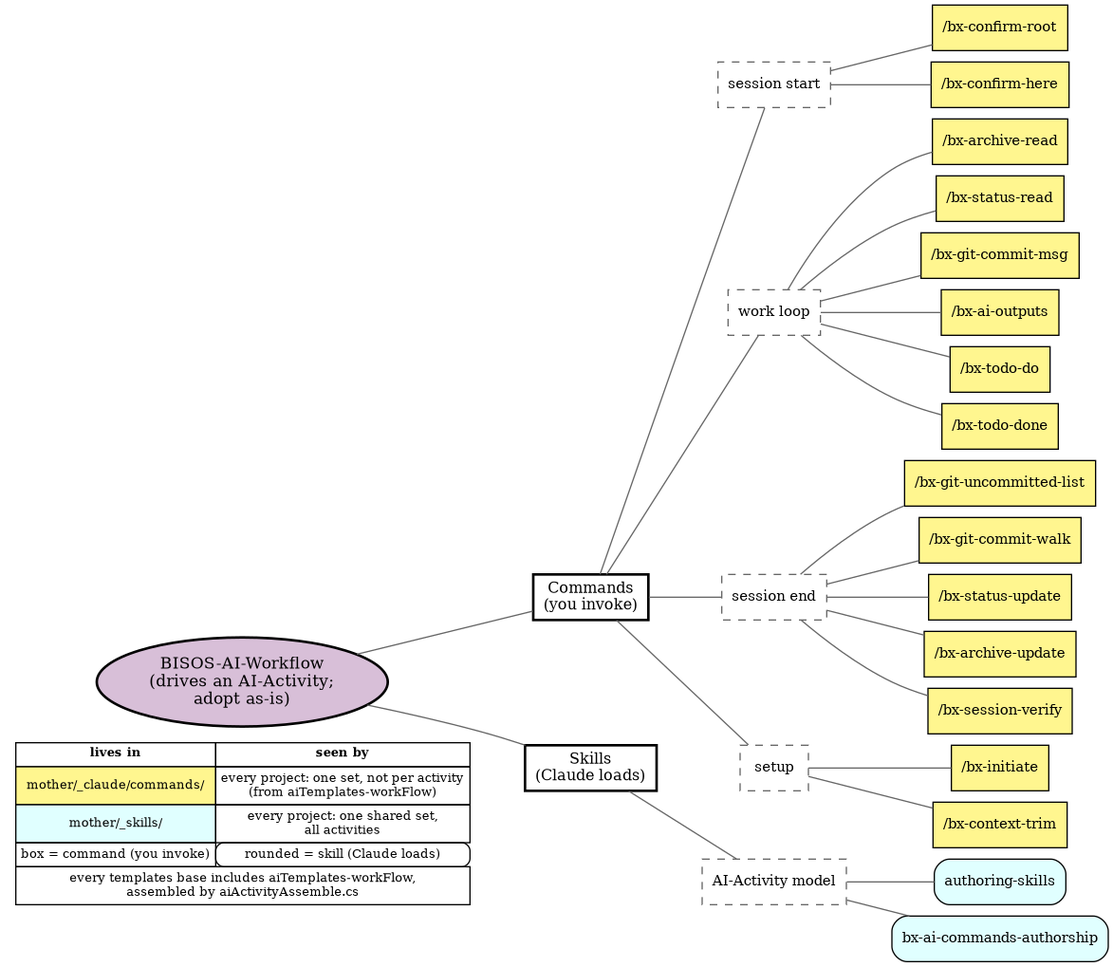
bisos-pip/aiActivity keeps this Graphviz diagram as py3/images/aiGeneralTree.png. Above is the earlier version. Its source is kept beside it as py3/images/aiGeneralTree.gv.
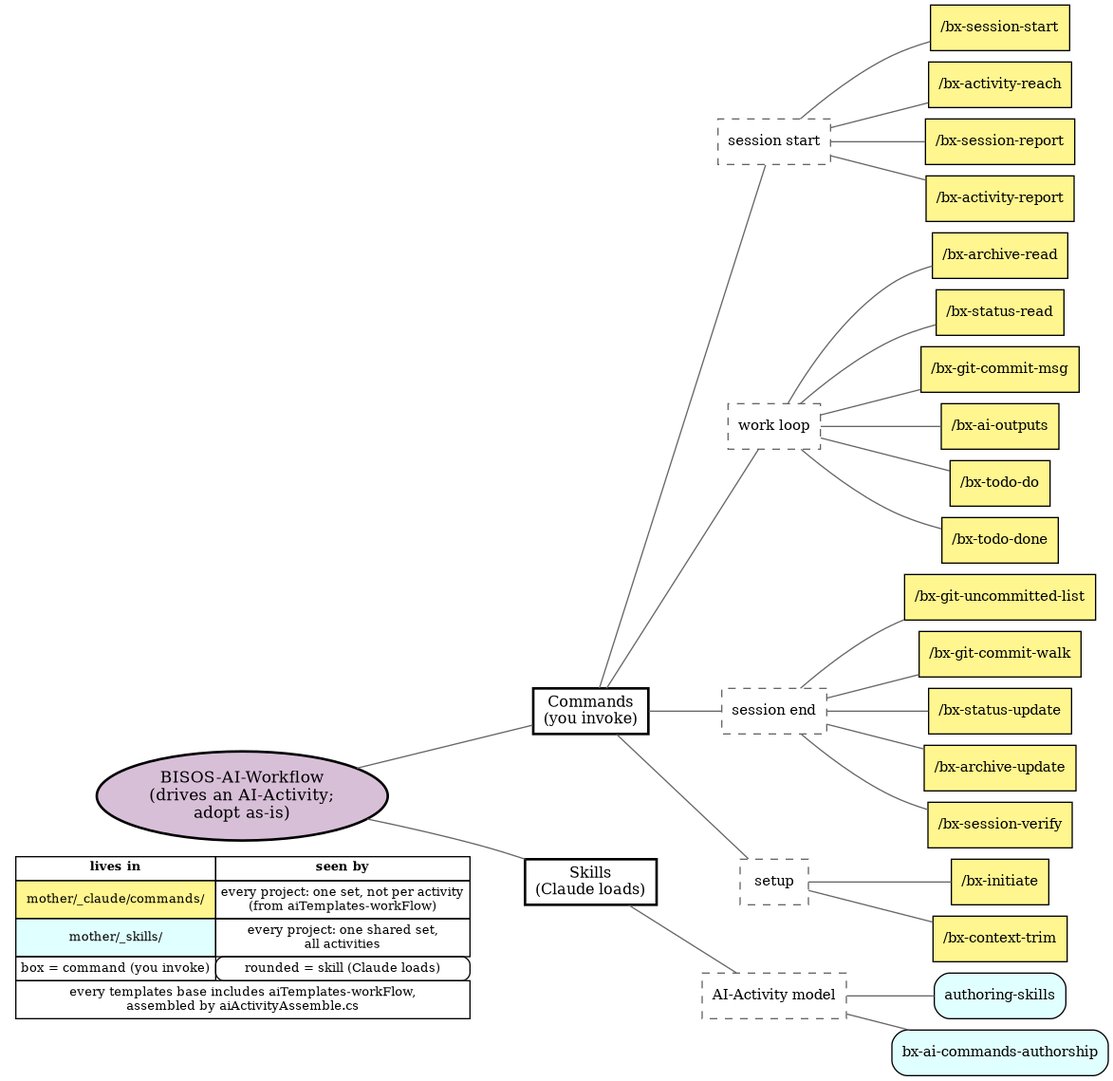
Later version of the same file.

Diff of the diagram source:
```diff
@@ -12,10 +12,14 @@
 	root -> skills [arrowhead=none color=gray40]
 	cmdStart [label="session start" color=gray40 fontsize=11 shape=box style=dashed]
 	commands -> cmdStart [arrowhead=none color=gray40]
-	"/bx-confirm-root" [label="/bx-confirm-root" fillcolor=khaki1 shape=box style=filled]
-	cmdStart -> "/bx-confirm-root" [arrowhead=none color=gray40]
-	"/bx-confirm-here" [label="/bx-confirm-here" fillcolor=khaki1 shape=box style=filled]
-	cmdStart -> "/bx-confirm-here" [arrowhead=none color=gray40]
+	"/bx-session-start" [label="/bx-session-start" fillcolor=khaki1 shape=box style=filled]
+	cmdStart -> "/bx-session-start" [arrowhead=none color=gray40]
+	"/bx-activity-reach" [label="/bx-activity-reach" fillcolor=khaki1 shape=box style=filled]
+	cmdStart -> "/bx-activity-reach" [arrowhead=none color=gray40]
+	"/bx-session-report" [label="/bx-session-report" fillcolor=khaki1 shape=box style=filled]
+	cmdStart -> "/bx-session-report" [arrowhead=none color=gray40]
+	"/bx-activity-report" [label="/bx-activity-report" fillcolor=khaki1 shape=box style=filled]
+	cmdStart -> "/bx-activity-report" [arrowhead=none color=gray40]
 	cmdLoop [label="work loop" color=gray40 fontsize=11 shape=box style=dashed]
 	commands -> cmdLoop [arrowhead=none color=gray40]
 	"/bx-archive-read" [label="/bx-archive-read" fillcolor=khaki1 shape=box style=filled]
```
